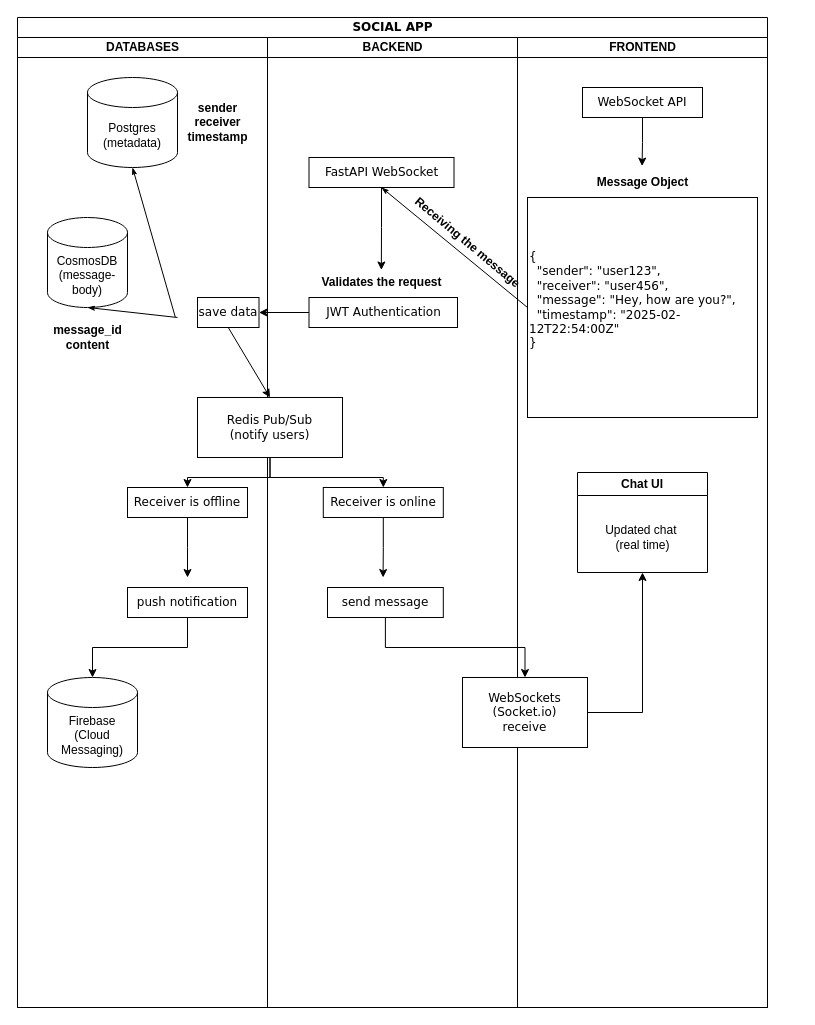
Before: app/Untitled Diagram.drawio in theflyfoxX/fastapi-social-app, a draw.io diagram. Source tidied: cells renumbered, new cells numbered last; positions are measured from the earlier drawing's top-left corner, leaving out a move shared by most shapes. Both pictures are drawn from the tidied source at 100%, with x=0, y=0 at pixel (17, 17).
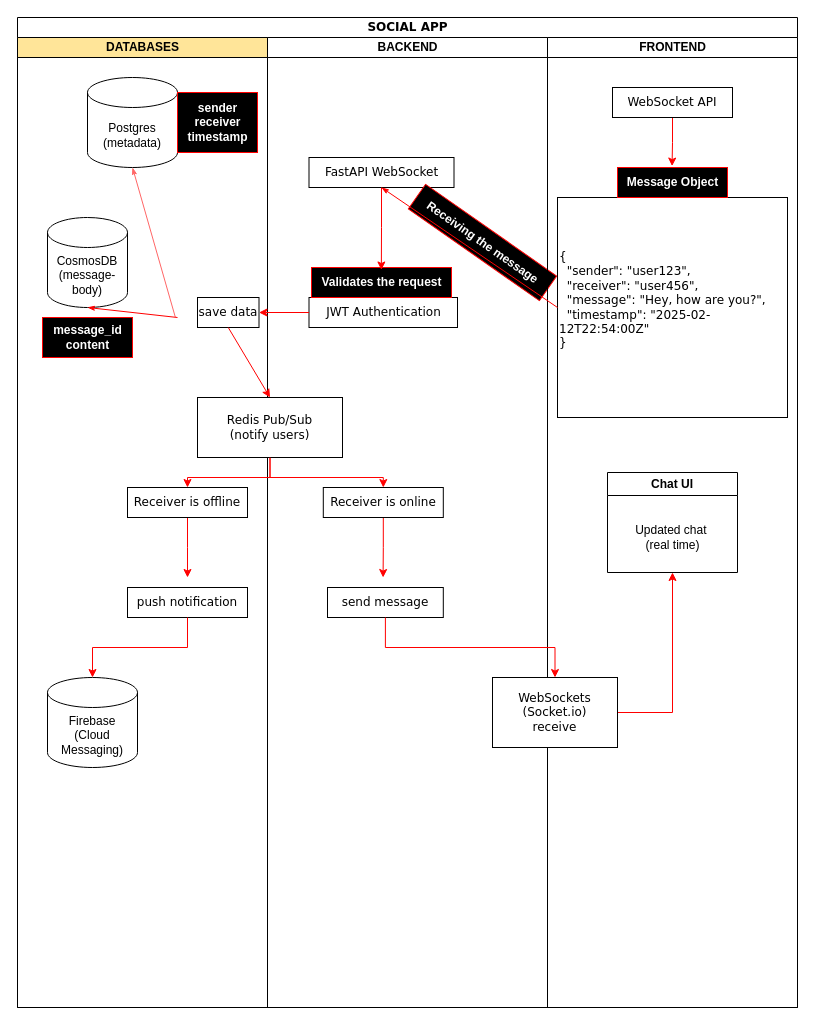
The same page after the edit.

Commit message:
social-app_architecture

Unchanged cells that the change refers to:
```xml
<mxCell id="4" value="Postgres (metadata)" style="shape=cylinder3;whiteSpace=wrap;html=1;boundedLbl=1;backgroundOutline=1;size=15;" parent="3" vertex="1">
  <mxGeometry x="70" y="40" width="90" height="90" as="geometry" />
</mxCell>
<mxCell id="5" value="CosmosDB&lt;div&gt;(message-body)&lt;/div&gt;" style="shape=cylinder3;whiteSpace=wrap;html=1;boundedLbl=1;backgroundOutline=1;size=15;" parent="3" vertex="1">
  <mxGeometry x="30" y="180" width="80" height="90" as="geometry" />
</mxCell>
<mxCell id="7" value="save data" style="rounded=0;whiteSpace=wrap;html=1;shadow=0;comic=0;labelBackgroundColor=none;strokeWidth=1;fontFamily=Verdana;fontSize=12;align=center;arcSize=50;" parent="3" vertex="1">
  <mxGeometry x="180" y="260" width="61.5" height="30" as="geometry" />
</mxCell>
<mxCell id="8" value="Firebase&lt;div&gt;(Cloud Messaging)&lt;/div&gt;" style="shape=cylinder3;whiteSpace=wrap;html=1;boundedLbl=1;backgroundOutline=1;size=15;" parent="3" vertex="1">
  <mxGeometry x="30" y="640" width="90" height="90" as="geometry" />
</mxCell>
<mxCell id="10" value="&lt;div&gt;Receiver is offline&lt;/div&gt;" style="rounded=0;whiteSpace=wrap;html=1;shadow=0;comic=0;labelBackgroundColor=none;strokeWidth=1;fontFamily=Verdana;fontSize=12;align=center;arcSize=50;" parent="3" vertex="1">
  <mxGeometry x="110" y="450" width="120" height="30" as="geometry" />
</mxCell>
<mxCell id="11" value="&lt;div&gt;push notification&lt;/div&gt;" style="rounded=0;whiteSpace=wrap;html=1;shadow=0;comic=0;labelBackgroundColor=none;strokeWidth=1;fontFamily=Verdana;fontSize=12;align=center;arcSize=50;" parent="3" vertex="1">
  <mxGeometry x="110" y="550" width="120" height="30" as="geometry" />
</mxCell>
<mxCell id="16" value="FastAPI WebSocket" style="rounded=0;whiteSpace=wrap;html=1;shadow=0;comic=0;labelBackgroundColor=none;strokeWidth=1;fontFamily=Verdana;fontSize=12;align=center;arcSize=50;" parent="15" vertex="1">
  <mxGeometry x="41.5" y="120" width="145" height="30" as="geometry" />
</mxCell>
<mxCell id="18" value="JWT Authentication" style="rounded=0;whiteSpace=wrap;html=1;shadow=0;comic=0;labelBackgroundColor=none;strokeWidth=1;fontFamily=Verdana;fontSize=12;align=center;arcSize=50;" parent="15" vertex="1">
  <mxGeometry x="41.5" y="260" width="148.5" height="30" as="geometry" />
</mxCell>
<mxCell id="22" value="Redis Pub/Sub&lt;div&gt;(notify users)&lt;/div&gt;" style="rounded=0;whiteSpace=wrap;html=1;shadow=0;comic=0;labelBackgroundColor=none;strokeWidth=1;fontFamily=Verdana;fontSize=12;align=center;arcSize=50;" parent="15" vertex="1">
  <mxGeometry x="-70" y="360" width="145" height="60" as="geometry" />
</mxCell>
<mxCell id="24" value="&lt;div&gt;Receiver is online&lt;/div&gt;" style="rounded=0;whiteSpace=wrap;html=1;shadow=0;comic=0;labelBackgroundColor=none;strokeWidth=1;fontFamily=Verdana;fontSize=12;align=center;arcSize=50;" parent="15" vertex="1">
  <mxGeometry x="55.8" y="450" width="120" height="30" as="geometry" />
</mxCell>
<mxCell id="25" value="&lt;div&gt;send message&lt;/div&gt;" style="rounded=0;whiteSpace=wrap;html=1;shadow=0;comic=0;labelBackgroundColor=none;strokeWidth=1;fontFamily=Verdana;fontSize=12;align=center;arcSize=50;" parent="15" vertex="1">
  <mxGeometry x="60" y="550" width="115.8" height="30" as="geometry" />
</mxCell>
<mxCell id="28" value="WebSocket API" style="rounded=0;whiteSpace=wrap;html=1;shadow=0;comic=0;labelBackgroundColor=none;strokeWidth=1;fontFamily=Verdana;fontSize=12;align=center;arcSize=50;" parent="26" vertex="1">
  <mxGeometry x="65" y="50" width="120" height="30" as="geometry" />
</mxCell>
<mxCell id="29" value="&lt;div style=&quot;&quot;&gt;&lt;span style=&quot;background-color: transparent; color: light-dark(rgb(0, 0, 0), rgb(255, 255, 255));&quot;&gt;{&lt;/span&gt;&lt;/div&gt;&lt;div&gt;&lt;div style=&quot;&quot;&gt;&amp;nbsp; &quot;sender&quot;: &quot;user123&quot;,&lt;/div&gt;&lt;div style=&quot;&quot;&gt;&amp;nbsp; &quot;receiver&quot;: &quot;user456&quot;,&lt;/div&gt;&lt;div style=&quot;&quot;&gt;&amp;nbsp; &quot;message&quot;: &quot;Hey, how are you?&quot;,&lt;/div&gt;&lt;div style=&quot;&quot;&gt;&amp;nbsp; &quot;timestamp&quot;: &quot;2025-02-12T22:54:00Z&quot;&lt;/div&gt;&lt;div style=&quot;&quot;&gt;}&lt;/div&gt;&lt;/div&gt;&lt;div style=&quot;&quot;&gt;&lt;br&gt;&lt;/div&gt;" style="rounded=0;whiteSpace=wrap;html=1;shadow=0;comic=0;labelBackgroundColor=none;strokeWidth=1;fontFamily=Verdana;fontSize=12;align=left;arcSize=50;" parent="26" vertex="1">
  <mxGeometry x="10" y="160" width="230" height="220" as="geometry" />
</mxCell>
<mxCell id="32" value="&lt;div&gt;WebSockets (Socket.io)&lt;/div&gt;&lt;div&gt;receive&lt;/div&gt;" style="rounded=0;whiteSpace=wrap;html=1;shadow=0;comic=0;labelBackgroundColor=none;strokeWidth=1;fontFamily=Verdana;fontSize=12;align=center;arcSize=50;" parent="26" vertex="1">
  <mxGeometry x="-55" y="640" width="125" height="70" as="geometry" />
</mxCell>
<mxCell id="33" value="Chat UI" style="swimlane;whiteSpace=wrap;html=1;" parent="26" vertex="1">
  <mxGeometry x="60" y="435" width="130" height="100" as="geometry" />
</mxCell>
```

The edit, as a diff of the source:
```diff
@@
     <mxCell id="2" value="SOCIAL APP" style="swimlane;html=1;startSize=20;rounded=0;shadow=0;comic=0;labelBackgroundColor=none;strokeWidth=1;fontFamily=Verdana;fontSize=12;align=center;" parent="1" vertex="1">
-      <mxGeometry width="750" height="990" as="geometry" />
+      <mxGeometry width="780" height="990" as="geometry" />
     </mxCell>
-    <mxCell id="3" value="DATABASES" style="swimlane;html=1;startSize=20;" parent="2" vertex="1">
+    <mxCell id="3" value="DATABASES" style="swimlane;html=1;startSize=20;fillColor=light-dark(#FFE599,var(--ge-dark-color, #121212));" parent="2" vertex="1">
       <mxGeometry y="20" width="250" height="970" as="geometry" />
     </mxCell>
@@
-    <mxCell id="6" style="edgeStyle=none;rounded=0;html=1;labelBackgroundColor=none;startArrow=none;startFill=0;startSize=5;endArrow=classicThin;endFill=1;endSize=5;jettySize=auto;strokeWidth=1;fontFamily=Verdana;fontSize=12;entryX=0.5;entryY=1;entryDx=0;entryDy=0;exitX=-0.025;exitY=0.653;exitDx=0;exitDy=0;exitPerimeter=0;entryPerimeter=0;" parent="3" edge="1" target="4">
+    <mxCell id="6" style="edgeStyle=none;rounded=0;html=1;labelBackgroundColor=none;startArrow=none;startFill=0;startSize=5;endArrow=classicThin;endFill=1;endSize=5;jettySize=auto;strokeWidth=1;fontFamily=Verdana;fontSize=12;entryX=0.5;entryY=1;entryDx=0;entryDy=0;exitX=-0.025;exitY=0.653;exitDx=0;exitDy=0;exitPerimeter=0;entryPerimeter=0;strokeColor=light-dark(#FF6666,#FFFFFF);" parent="3" edge="1" target="4">
       <mxGeometry relative="1" as="geometry">
         <mxPoint x="157.8" y="279.6" as="sourcePoint" />
       </mxGeometry>
     </mxCell>
@@
-    <mxCell id="9" style="edgeStyle=orthogonalEdgeStyle;rounded=0;jettySize=auto;html=1;exitX=0.5;exitY=1;exitDx=0;exitDy=0;" parent="3" edge="1" source="10">
+    <mxCell id="9" style="edgeStyle=orthogonalEdgeStyle;rounded=0;jettySize=auto;html=1;exitX=0.5;exitY=1;exitDx=0;exitDy=0;strokeColor=light-dark(#FF0000,#FFFFFF);" parent="3" edge="1" source="10">
       <mxGeometry relative="1" as="geometry">
         <mxPoint x="170" y="540" as="targetPoint" />
       </mxGeometry>
     </mxCell>
@@
-    <mxCell id="12" style="edgeStyle=orthogonalEdgeStyle;rounded=0;jettySize=auto;html=1;exitX=0.5;exitY=1;exitDx=0;exitDy=0;entryX=0.5;entryY=0;entryDx=0;entryDy=0;entryPerimeter=0;" parent="3" edge="1" source="11" target="8">
+    <mxCell id="12" style="edgeStyle=orthogonalEdgeStyle;rounded=0;jettySize=auto;html=1;exitX=0.5;exitY=1;exitDx=0;exitDy=0;entryX=0.5;entryY=0;entryDx=0;entryDy=0;entryPerimeter=0;strokeColor=light-dark(#FF0000,#FFFFFF);" parent="3" edge="1" source="11" target="8">
       <mxGeometry relative="1" as="geometry" />
     </mxCell>
-    <mxCell id="13" value="&lt;b&gt;&lt;font&gt;message_id&lt;/font&gt;&lt;/b&gt;&lt;div&gt;&lt;b&gt;&lt;font&gt;content&lt;/font&gt;&lt;/b&gt;&lt;/div&gt;" style="text;html=1;align=center;verticalAlign=middle;strokeColor=none;fillColor=none;" parent="3" vertex="1">
+    <mxCell id="13" value="&lt;b&gt;&lt;font style=&quot;color: rgb(255, 255, 255);&quot;&gt;message_id&lt;/font&gt;&lt;/b&gt;&lt;div&gt;&lt;b&gt;&lt;font style=&quot;color: rgb(255, 255, 255);&quot;&gt;content&lt;/font&gt;&lt;/b&gt;&lt;/div&gt;" style="text;html=1;align=center;verticalAlign=middle;strokeColor=#FF0000;fillColor=#000000;" parent="3" vertex="1">
       <mxGeometry x="25" y="280" width="90" height="40" as="geometry" />
     </mxCell>
-    <mxCell id="14" value="&lt;b&gt;sender&lt;/b&gt;&lt;div&gt;&lt;b&gt;receiver&lt;/b&gt;&lt;/div&gt;&lt;div&gt;&lt;b&gt;timestamp&lt;/b&gt;&lt;/div&gt;" style="text;html=1;align=center;verticalAlign=middle;strokeColor=none;fillColor=none;" parent="3" vertex="1">
+    <mxCell id="14" value="&lt;b&gt;&lt;font style=&quot;color: rgb(255, 255, 255);&quot;&gt;sender&lt;/font&gt;&lt;/b&gt;&lt;div&gt;&lt;b&gt;&lt;font style=&quot;color: rgb(255, 255, 255);&quot;&gt;receiver&lt;/font&gt;&lt;/b&gt;&lt;/div&gt;&lt;div&gt;&lt;b&gt;&lt;font style=&quot;color: rgb(255, 255, 255);&quot;&gt;timestamp&lt;/font&gt;&lt;/b&gt;&lt;/div&gt;" style="text;html=1;align=center;verticalAlign=middle;strokeColor=#FF0000;fillColor=#000000;" parent="3" vertex="1">
       <mxGeometry x="160" y="55" width="80" height="60" as="geometry" />
     </mxCell>
     <mxCell id="15" value="BACKEND" style="swimlane;html=1;startSize=20;" parent="2" vertex="1">
-      <mxGeometry x="250" y="20" width="250" height="970" as="geometry" />
+      <mxGeometry x="250" y="20" width="280" height="970" as="geometry" />
     </mxCell>
@@
-    <mxCell id="17" value="&lt;b&gt;&lt;font&gt;Receiving the message&lt;/font&gt;&lt;/b&gt;" style="text;html=1;align=center;verticalAlign=middle;strokeColor=none;fillColor=none;rotation=40;" parent="15" vertex="1">
-      <mxGeometry x="120" y="190" width="160" height="30" as="geometry" />
+    <mxCell id="17" value="&lt;b&gt;&lt;font style=&quot;color: rgb(255, 255, 255);&quot;&gt;Receiving the message&lt;/font&gt;&lt;/b&gt;" style="text;html=1;align=center;verticalAlign=middle;strokeColor=#FF0000;fillColor=#000000;rotation=35;" parent="15" vertex="1">
+      <mxGeometry x="135" y="190" width="160" height="30" as="geometry" />
     </mxCell>
@@
-    <mxCell id="19" value="&lt;b&gt;&lt;font&gt;Validates the request&lt;/font&gt;&lt;/b&gt;" style="text;html=1;align=center;verticalAlign=middle;points=[];strokeColor=none;fillColor=none;" parent="15" vertex="1">
+    <mxCell id="19" value="&lt;b&gt;&lt;font style=&quot;color: rgb(255, 255, 255);&quot;&gt;Validates the request&lt;/font&gt;&lt;/b&gt;" style="text;html=1;align=center;verticalAlign=middle;points=[];strokeColor=#FF0000;fillColor=#000000;" parent="15" vertex="1">
       <mxGeometry x="44" y="230" width="140" height="30" as="geometry" />
     </mxCell>
-    <mxCell id="20" style="edgeStyle=orthogonalEdgeStyle;rounded=0;jettySize=auto;html=1;entryX=0.499;entryY=0.083;entryDx=0;entryDy=0;entryPerimeter=0;" parent="15" edge="1" source="16" target="19">
+    <mxCell id="20" style="edgeStyle=orthogonalEdgeStyle;rounded=0;jettySize=auto;html=1;entryX=0.499;entryY=0.083;entryDx=0;entryDy=0;entryPerimeter=0;strokeColor=light-dark(#FF0000,#FFFFFF);" parent="15" edge="1" source="16" target="19">
       <mxGeometry relative="1" as="geometry" />
     </mxCell>
-    <mxCell id="21" style="edgeStyle=orthogonalEdgeStyle;rounded=0;jettySize=auto;html=1;exitX=0.5;exitY=1;exitDx=0;exitDy=0;entryX=0.5;entryY=0;entryDx=0;entryDy=0;" parent="15" edge="1" source="22" target="24">
+    <mxCell id="21" style="edgeStyle=orthogonalEdgeStyle;rounded=0;jettySize=auto;html=1;exitX=0.5;exitY=1;exitDx=0;exitDy=0;entryX=0.5;entryY=0;entryDx=0;entryDy=0;strokeColor=light-dark(#FF0000,#FFFFFF);" parent="15" edge="1" source="22" target="24">
       <mxGeometry relative="1" as="geometry">
         <Array as="points">
           <mxPoint x="2" y="440" />
           <mxPoint x="116" y="440" />
         </Array>
       </mxGeometry>
     </mxCell>
@@
-    <mxCell id="23" style="edgeStyle=orthogonalEdgeStyle;rounded=0;jettySize=auto;html=1;exitX=0.5;exitY=1;exitDx=0;exitDy=0;" parent="15" edge="1" source="24">
+    <mxCell id="23" style="edgeStyle=orthogonalEdgeStyle;rounded=0;jettySize=auto;html=1;exitX=0.5;exitY=1;exitDx=0;exitDy=0;strokeColor=light-dark(#FF0000,#FFFFFF);" parent="15" edge="1" source="24">
       <mxGeometry relative="1" as="geometry">
         <mxPoint x="115.6" y="540" as="targetPoint" />
       </mxGeometry>
     </mxCell>
@@
     <mxCell id="26" value="FRONTEND" style="swimlane;html=1;startSize=20;" parent="2" vertex="1">
-      <mxGeometry x="500" y="20" width="250" height="970" as="geometry" />
+      <mxGeometry x="530" y="20" width="250" height="970" as="geometry" />
     </mxCell>
-    <mxCell id="27" style="edgeStyle=orthogonalEdgeStyle;rounded=0;jettySize=auto;html=1;entryX=0.496;entryY=-0.048;entryDx=0;entryDy=0;entryPerimeter=0;" parent="26" edge="1" source="28" target="30">
+    <mxCell id="27" style="edgeStyle=orthogonalEdgeStyle;rounded=0;jettySize=auto;html=1;entryX=0.496;entryY=-0.048;entryDx=0;entryDy=0;entryPerimeter=0;strokeColor=light-dark(#FF0000,#FFFFFF);" parent="26" edge="1" source="28" target="30">
       <mxGeometry relative="1" as="geometry" />
     </mxCell>
@@
-    <mxCell id="30" value="&lt;b&gt;&lt;font&gt;Message Object&lt;/font&gt;&lt;/b&gt;" style="text;html=1;align=center;verticalAlign=middle;points=[];strokeColor=none;fillColor=none;" parent="26" vertex="1">
+    <mxCell id="30" value="&lt;b&gt;&lt;font style=&quot;color: rgb(255, 255, 255);&quot;&gt;Message Object&lt;/font&gt;&lt;/b&gt;" style="text;html=1;align=center;verticalAlign=middle;points=[];strokeColor=#FF0000;fillColor=#000000;" parent="26" vertex="1">
       <mxGeometry x="70" y="130" width="110" height="30" as="geometry" />
     </mxCell>
-    <mxCell id="31" style="edgeStyle=orthogonalEdgeStyle;rounded=0;jettySize=auto;html=1;exitX=1;exitY=0.5;exitDx=0;exitDy=0;entryX=0.5;entryY=1;entryDx=0;entryDy=0;" parent="26" edge="1" source="32" target="33">
+    <mxCell id="31" style="edgeStyle=orthogonalEdgeStyle;rounded=0;jettySize=auto;html=1;exitX=1;exitY=0.5;exitDx=0;exitDy=0;entryX=0.5;entryY=1;entryDx=0;entryDy=0;strokeColor=light-dark(#FF0000,#FFFFFF);" parent="26" edge="1" source="32" target="33">
       <mxGeometry relative="1" as="geometry" />
     </mxCell>
@@
-    <mxCell id="35" style="edgeStyle=none;rounded=0;html=1;labelBackgroundColor=none;startArrow=none;startFill=0;startSize=5;endArrow=classicThin;endFill=1;endSize=5;jettySize=auto;strokeWidth=1;fontFamily=Verdana;fontSize=12;entryX=0.5;entryY=1;entryDx=0;entryDy=0;exitX=0;exitY=0.5;exitDx=0;exitDy=0;" parent="2" edge="1" source="29" target="16">
+    <mxCell id="35" style="edgeStyle=none;rounded=0;html=1;labelBackgroundColor=none;startArrow=none;startFill=0;startSize=5;endArrow=classicThin;endFill=1;endSize=5;jettySize=auto;strokeWidth=1;fontFamily=Verdana;fontSize=12;entryX=0.5;entryY=1;entryDx=0;entryDy=0;exitX=0;exitY=0.5;exitDx=0;exitDy=0;strokeColor=light-dark(#FF0000,#FFFFFF);" parent="2" edge="1" source="29" target="16">
       <mxGeometry relative="1" as="geometry" />
     </mxCell>
-    <mxCell id="36" style="edgeStyle=orthogonalEdgeStyle;rounded=0;jettySize=auto;html=1;exitX=0;exitY=0.5;exitDx=0;exitDy=0;entryX=1;entryY=0.5;entryDx=0;entryDy=0;" parent="2" edge="1" source="18" target="7">
+    <mxCell id="36" style="edgeStyle=orthogonalEdgeStyle;rounded=0;jettySize=auto;html=1;exitX=0;exitY=0.5;exitDx=0;exitDy=0;entryX=1;entryY=0.5;entryDx=0;entryDy=0;strokeColor=light-dark(#FF0000,#FFFFFF);" parent="2" edge="1" source="18" target="7">
       <mxGeometry relative="1" as="geometry" />
     </mxCell>
-    <mxCell id="37" style="edgeStyle=none;jettySize=auto;html=1;rounded=0;exitX=0.5;exitY=1;exitDx=0;exitDy=0;entryX=0.5;entryY=0;entryDx=0;entryDy=0;" parent="2" edge="1" source="7" target="22">
+    <mxCell id="37" style="edgeStyle=none;jettySize=auto;html=1;rounded=0;exitX=0.5;exitY=1;exitDx=0;exitDy=0;entryX=0.5;entryY=0;entryDx=0;entryDy=0;strokeColor=light-dark(#FF0000,#FFFFFF);" parent="2" edge="1" source="7" target="22">
       <mxGeometry relative="1" as="geometry" />
     </mxCell>
-    <mxCell id="38" style="edgeStyle=orthogonalEdgeStyle;rounded=0;jettySize=auto;html=1;exitX=0.5;exitY=1;exitDx=0;exitDy=0;entryX=0.5;entryY=0;entryDx=0;entryDy=0;" parent="2" edge="1" source="22" target="10">
+    <mxCell id="38" style="edgeStyle=orthogonalEdgeStyle;rounded=0;jettySize=auto;html=1;exitX=0.5;exitY=1;exitDx=0;exitDy=0;entryX=0.5;entryY=0;entryDx=0;entryDy=0;strokeColor=light-dark(#FF0000,#FFFFFF);" parent="2" edge="1" source="22" target="10">
       <mxGeometry relative="1" as="geometry" />
     </mxCell>
-    <mxCell id="39" style="edgeStyle=orthogonalEdgeStyle;rounded=0;jettySize=auto;html=1;exitX=0.5;exitY=1;exitDx=0;exitDy=0;entryX=0.5;entryY=0;entryDx=0;entryDy=0;" parent="2" edge="1" source="25" target="32">
+    <mxCell id="39" style="edgeStyle=orthogonalEdgeStyle;rounded=0;jettySize=auto;html=1;exitX=0.5;exitY=1;exitDx=0;exitDy=0;entryX=0.5;entryY=0;entryDx=0;entryDy=0;strokeColor=light-dark(#FF0000,#FFFFFF);" parent="2" edge="1" source="25" target="32">
       <mxGeometry relative="1" as="geometry" />
     </mxCell>
-    <mxCell id="40" style="edgeStyle=none;rounded=0;html=1;labelBackgroundColor=none;startArrow=none;startFill=0;startSize=5;endArrow=classicThin;endFill=1;endSize=5;jettySize=auto;strokeWidth=1;fontFamily=Verdana;fontSize=12;entryX=0.5;entryY=1;entryDx=0;entryDy=0;entryPerimeter=0;" parent="1" edge="1" target="5">
+    <mxCell id="40" style="edgeStyle=none;rounded=0;html=1;labelBackgroundColor=none;startArrow=none;startFill=0;startSize=5;endArrow=classicThin;endFill=1;endSize=5;jettySize=auto;strokeWidth=1;fontFamily=Verdana;fontSize=12;entryX=0.5;entryY=1;entryDx=0;entryDy=0;entryPerimeter=0;strokeColor=light-dark(#FF0000,#FFFFFF);" parent="1" edge="1" target="5">
       <mxGeometry relative="1" as="geometry">
         <mxPoint x="160" y="300" as="sourcePoint" />
       </mxGeometry>
     </mxCell>
```
